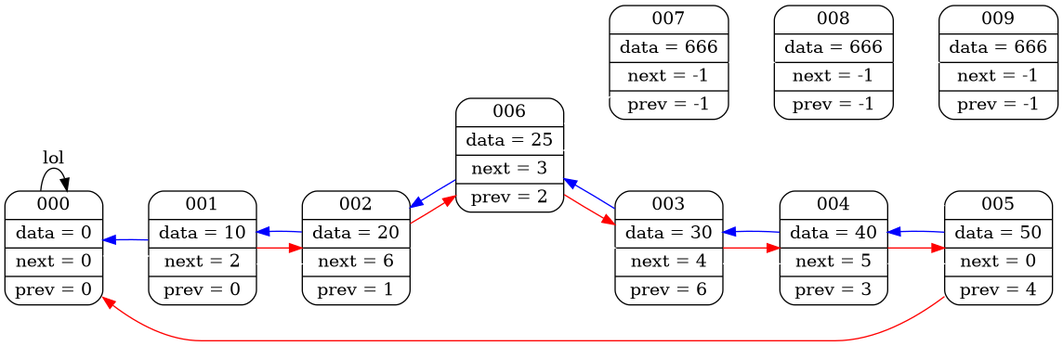
This is graphviz/dump.png from daniilgriga/List, a Graphviz export, as it was before one commit. Its source is kept beside it as graphviz/dump.dot.
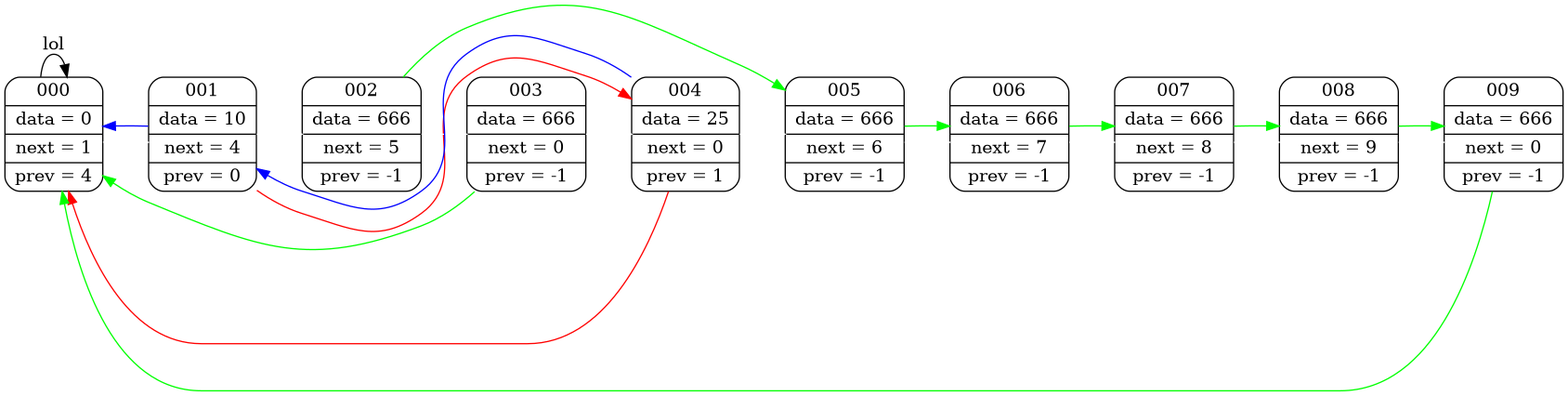
After the change.

The edit, as a diff of the source:
```diff
@@ -1,16 +1,16 @@
 digraph
 {
 rankdir = "LR";
-node000 [shape=Mrecord; label = "  000 | data =   0 | next =   0 | prev =   0  "];
-node001 [shape=Mrecord; label = "  001 | data =  10 | next =   2 | prev =   0  "];
-node002 [shape=Mrecord; label = "  002 | data =  20 | next =   6 | prev =   1  "];
-node003 [shape=Mrecord; label = "  003 | data =  30 | next =   4 | prev =   6  "];
-node004 [shape=Mrecord; label = "  004 | data =  40 | next =   5 | prev =   3  "];
-node005 [shape=Mrecord; label = "  005 | data =  50 | next =   0 | prev =   4  "];
-node006 [shape=Mrecord; label = "  006 | data =  25 | next =   3 | prev =   2  "];
-node007 [shape=Mrecord; label = "  007 | data = 666 | next =  -1 | prev =  -1  "];
-node008 [shape=Mrecord; label = "  008 | data = 666 | next =  -1 | prev =  -1  "];
-node009 [shape=Mrecord; label = "  009 | data = 666 | next =  -1 | prev =  -1  "];
+node000 [shape=Mrecord; label = "  000 | data =   0 | next =   1 | prev =   4  "];
+node001 [shape=Mrecord; label = "  001 | data =  10 | next =   4 | prev =   0  "];
+node002 [shape=Mrecord; label = "  002 | data = 666 | next =   5 | prev =  -1  "];
+node003 [shape=Mrecord; label = "  003 | data = 666 | next =   0 | prev =  -1  "];
+node004 [shape=Mrecord; label = "  004 | data =  25 | next =   0 | prev =   1  "];
+node005 [shape=Mrecord; label = "  005 | data = 666 | next =   6 | prev =  -1  "];
+node006 [shape=Mrecord; label = "  006 | data = 666 | next =   7 | prev =  -1  "];
+node007 [shape=Mrecord; label = "  007 | data = 666 | next =   8 | prev =  -1  "];
+node008 [shape=Mrecord; label = "  008 | data = 666 | next =   9 | prev =  -1  "];
+node009 [shape=Mrecord; label = "  009 | data = 666 | next =   0 | prev =  -1  "];
 
 node000 -> node001 [ weight=1000; color=white; ];
 node001 -> node002 [ weight=1000; color=white; ];
@@ -24,17 +24,18 @@
 
 node000 -> node000 [ label = "lol"];
 
-node001 -> node002 [ color=red; ]
-node002 -> node006 [ color=red; ]
-node003 -> node004 [ color=red; ]
-node004 -> node005 [ color=red; ]
-node005 -> node000 [ color=red; ]
-node006 -> node003 [ color=red; ]
+node001 -> node004 [ color=red; ]
+node004 -> node000 [ color=red; ]
 
 node001 -> node000 [ color=blue; ]
-node002 -> node001 [ color=blue; ]
-node003 -> node006 [ color=blue; ]
-node004 -> node003 [ color=blue; ]
-node005 -> node004 [ color=blue; ]
-node006 -> node002 [ color=blue; ]
+node004 -> node001 [ color=blue; ]
+
+node002 -> node005 [ color=green; ]
+node003 -> node000 [ color=green; ]
+
+node005 -> node006 [ color=green; ]
+node006 -> node007 [ color=green; ]
+node007 -> node008 [ color=green; ]
+node008 -> node009 [ color=green; ]
+node009 -> node000 [ color=green; ]
 }
```
